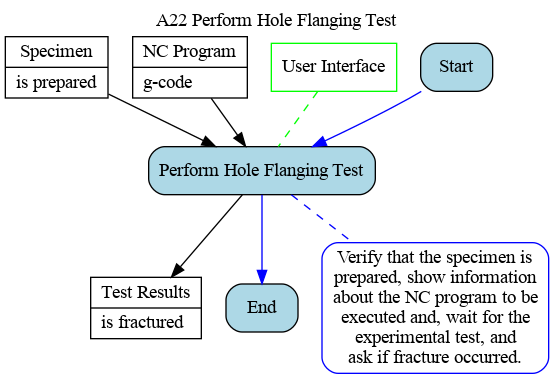
Earlier version of the Graphviz export Ontology_Layer/Behaviour_Model/05_A22.gv.png (ModelsforManufacturing/hole-flanging-by-SPIF-in-a-single-stage). Its source is kept beside it as Ontology_Layer/Behaviour_Model/05_A22.gv. Source of this version:
```dot
digraph behaviourmodel {

labelloc="t"
label="A22 Perform Hole Flanging Test"

node [shape=record, style=filled, fillcolor=white, color=black]
spec [label="{Specimen|is prepared\l}"];
prog [label="{NC Program|g-code\l}"];
test [label="{Test Results|is fractured\l}"];

node [shape=box, style=filled, fillcolor=white, color=green]
m1 [label="User Interface"]

node [shape=box, style="filled, rounded", fillcolor=lightblue, color=black]
Start
t1 [label="Perform Hole Flanging Test"]
End

node [shape=box, style="filled, rounded", fillcolor=white, color=blue]
r1 [label="Verify that the specimen is\nprepared, show information\nabout the NC program to be\nexecuted and, wait for the\nexperimental test, and\nask if fracture occurred."]

edge [dir=none, color=blue, style=dashed]
t1 -> r1

edge [dir=forward, color=blue, fontcolor=blue, style=solid]
Start -> t1 -> End

edge [dir=none, color=green, style=dashed]
m1 -> t1

edge [dir=forward, color=black, fontcolor=black, style=solid]
{spec, prog} -> t1
t1 -> test

node [shape=ellipse, style=filled, fillcolor=white, color=red]

edge [dir=none, color=red, style=dashed]

}
```
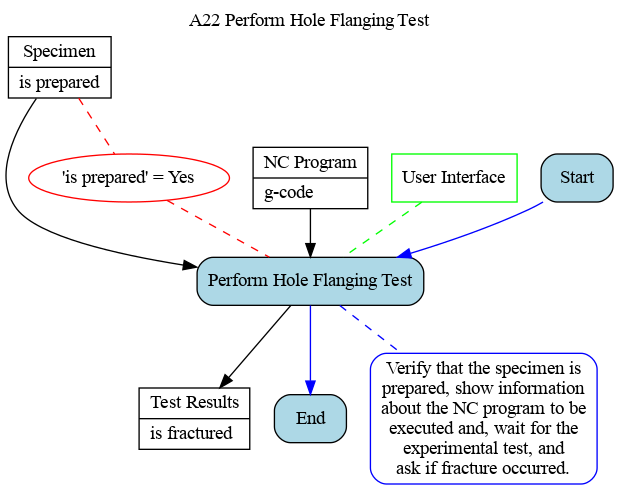
Later version of the same file.

What changed in the source:
```diff
@@ -33,7 +33,9 @@
 t1 -> test
 
 node [shape=ellipse, style=filled, fillcolor=white, color=red]
+c1 [label="'is prepared' = Yes"]
 
 edge [dir=none, color=red, style=dashed]
+spec -> c1 -> t1
 
 }
```
